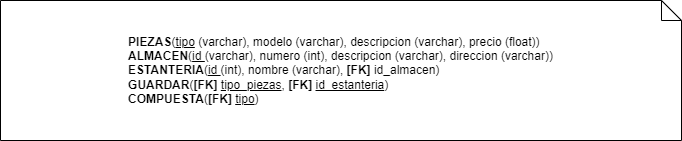
RobertoCarrera/rcsm-bc-bbdd-evolutivo-25_07_2023 keeps this draw.io diagram as Ejercicio5/2_modelo_relacional.png. Above is the earlier version. Source tidied: cells renumbered, new cells last; positions are measured from the earlier drawing's top-left corner, leaving out a move shared by most shapes.
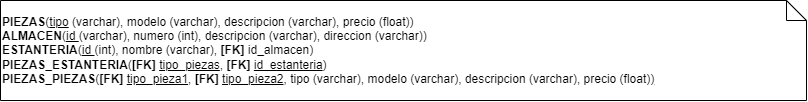
Later version of the same file.

Change to the diagram source:
```diff
@@ -2,8 +2,8 @@
   <root>
     <mxCell id="0" />
     <mxCell id="1" parent="0" />
-    <mxCell id="2" value="&lt;div style=&quot;text-align: justify;&quot;&gt;&lt;span style=&quot;background-color: initial;&quot;&gt;&lt;b&gt;PIEZAS&lt;/b&gt;(&lt;u&gt;tipo&lt;/u&gt; (varchar), modelo (varchar), descripcion (varchar), precio (float))&lt;/span&gt;&lt;/div&gt;&lt;b style=&quot;border-color: var(--border-color); text-align: justify;&quot;&gt;ALMACEN&lt;/b&gt;(&lt;u&gt;id &lt;/u&gt;(varchar), numero (int), descripcion (varchar), direccion (varchar))&lt;div style=&quot;text-align: justify;&quot;&gt;&lt;span style=&quot;background-color: initial;&quot;&gt;&lt;b&gt;ESTANTERIA&lt;/b&gt;(&lt;u&gt;id &lt;/u&gt;(int), nombre (varchar), &lt;b&gt;[FK] &lt;/b&gt;id_almacen)&lt;/span&gt;&lt;/div&gt;&lt;div style=&quot;text-align: justify;&quot;&gt;&lt;span style=&quot;background-color: initial;&quot;&gt;&lt;b&gt;GUARDAR&lt;/b&gt;(&lt;b&gt;[FK]&lt;/b&gt; &lt;u&gt;tipo_piezas&lt;/u&gt;, &lt;b&gt;[FK] &lt;/b&gt;&lt;u&gt;id_estanteria&lt;/u&gt;)&lt;/span&gt;&lt;/div&gt;&lt;div style=&quot;text-align: justify;&quot;&gt;&lt;span style=&quot;background-color: initial;&quot;&gt;&lt;b&gt;COMPUESTA&lt;/b&gt;(&lt;b&gt;[FK] &lt;/b&gt;&lt;u&gt;tipo&lt;/u&gt;)&lt;/span&gt;&lt;/div&gt;" style="shape=note;size=20;whiteSpace=wrap;html=1;align=center;verticalAlign=middle;" parent="1" vertex="1">
-      <mxGeometry width="681" height="140" as="geometry" />
+    <mxCell id="2" value="&lt;div style=&quot;&quot;&gt;&lt;span style=&quot;background-color: initial;&quot;&gt;&lt;b&gt;PIEZAS&lt;/b&gt;(&lt;u&gt;tipo&lt;/u&gt; (varchar), modelo (varchar), descripcion (varchar), precio (float))&lt;/span&gt;&lt;/div&gt;&lt;b style=&quot;border-color: var(--border-color);&quot;&gt;&lt;div style=&quot;&quot;&gt;&lt;b style=&quot;background-color: initial; border-color: var(--border-color);&quot;&gt;ALMACEN&lt;/b&gt;&lt;span style=&quot;background-color: initial; font-weight: normal;&quot;&gt;(&lt;/span&gt;&lt;u style=&quot;background-color: initial; font-weight: normal;&quot;&gt;id &lt;/u&gt;&lt;span style=&quot;background-color: initial; font-weight: normal;&quot;&gt;(varchar), numero (int), descripcion (varchar), direccion (varchar))&lt;/span&gt;&lt;/div&gt;&lt;/b&gt;&lt;div style=&quot;&quot;&gt;&lt;span style=&quot;background-color: initial;&quot;&gt;&lt;b&gt;ESTANTERIA&lt;/b&gt;(&lt;u&gt;id &lt;/u&gt;(int), nombre (varchar), &lt;b&gt;[FK] &lt;/b&gt;id_almacen)&lt;/span&gt;&lt;/div&gt;&lt;div style=&quot;&quot;&gt;&lt;span style=&quot;background-color: initial;&quot;&gt;&lt;b&gt;PIEZAS_ESTANTERIA&lt;/b&gt;(&lt;b&gt;[FK]&lt;/b&gt; &lt;u&gt;tipo_piezas&lt;/u&gt;, &lt;b&gt;[FK] &lt;/b&gt;&lt;u&gt;id_estanteria&lt;/u&gt;)&lt;/span&gt;&lt;/div&gt;&lt;div style=&quot;&quot;&gt;&lt;b&gt;PIEZAS_PIEZAS&lt;/b&gt;(&lt;b&gt;[FK] &lt;/b&gt;&lt;u&gt;tipo_pieza1&lt;/u&gt;,&amp;nbsp;&lt;b style=&quot;background-color: initial; border-color: var(--border-color);&quot;&gt;[FK]&lt;/b&gt;&lt;span style=&quot;background-color: initial;&quot;&gt;&amp;nbsp;&lt;/span&gt;&lt;u style=&quot;background-color: initial;&quot;&gt;tipo_pieza2&lt;/u&gt;&lt;span style=&quot;background-color: initial;&quot;&gt;, tipo (varchar), modelo (varchar), descripcion (varchar), precio (float)&lt;/span&gt;&lt;u style=&quot;background-color: initial;&quot;&gt;)&lt;/u&gt;&lt;/div&gt;" style="shape=note;size=20;whiteSpace=wrap;html=1;align=left;verticalAlign=middle;" parent="1" vertex="1">
+      <mxGeometry width="806" height="100" as="geometry" />
     </mxCell>
   </root>
 </mxGraphModel>
```
